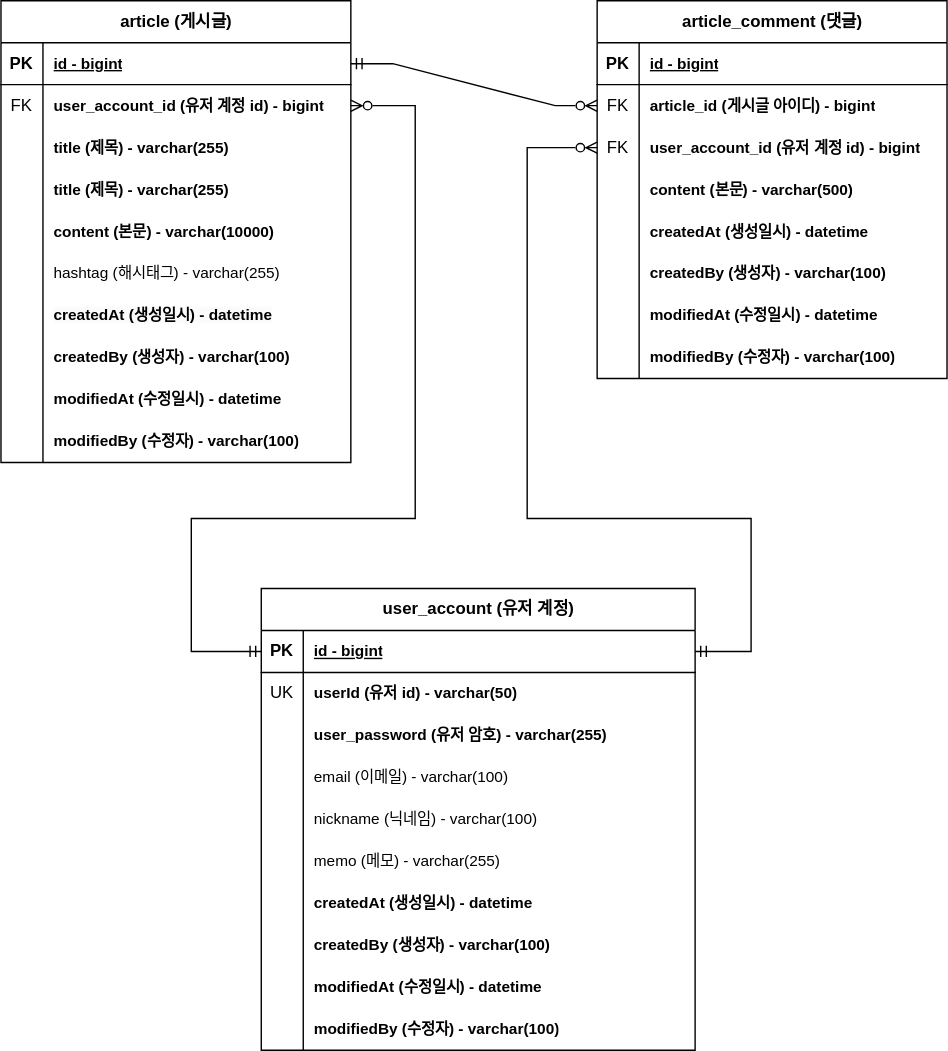
The draw.io diagram document/board-project-erd.svg in somang-lim/board-project, before a commit. Source tidied: cells renumbered, new cells last; positions are measured from the earlier drawing's top-left corner, leaving out a move shared by most shapes.
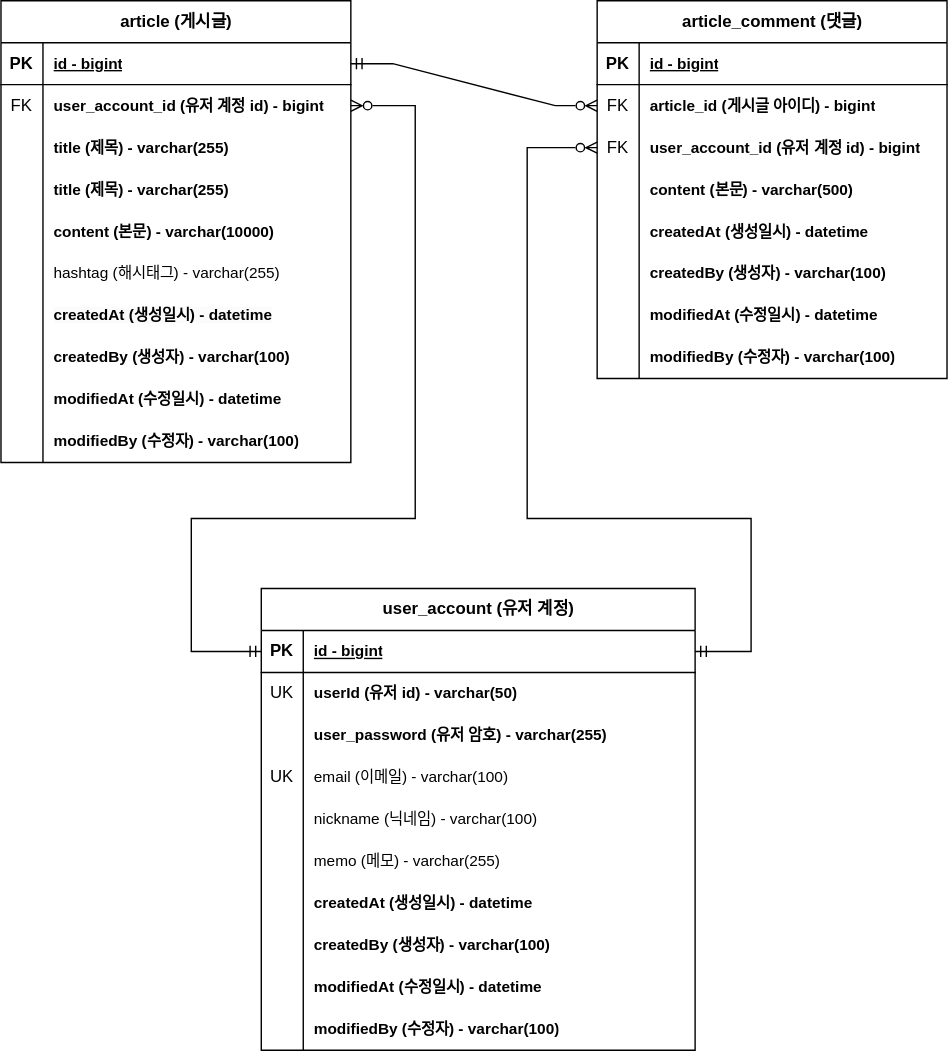
Above is the later version.

Commit message:
#30 - ERD 업데이트 : 회원 계정 도메인의 이메일에 유니크 키 추가

What changed in the source:
```diff
@@ -206,7 +206,7 @@
     <mxCell id="69" style="shape=tableRow;horizontal=0;startSize=0;swimlaneHead=0;swimlaneBody=0;fillColor=none;top=0;left=0;right=0;bottom=0;" parent="59" vertex="1">
       <mxGeometry y="120" width="310" height="30" as="geometry" />
     </mxCell>
-    <mxCell id="70" style="shape=partialRectangle;fillColor=none;top=0;left=0;bottom=0;right=0;overflow=hidden;whiteSpace=wrap;html=1;" parent="69" vertex="1">
+    <mxCell id="70" value="UK" style="shape=partialRectangle;fillColor=none;top=0;left=0;bottom=0;right=0;overflow=hidden;whiteSpace=wrap;html=1;" parent="69" vertex="1">
       <mxGeometry width="30" height="30" as="geometry" />
     </mxCell>
     <mxCell id="71" value="email (이메일) - varchar(100)" style="shape=partialRectangle;fillColor=none;top=0;left=0;bottom=0;right=0;align=left;spacingLeft=6;overflow=hidden;whiteSpace=wrap;html=1;fontSize=11;" parent="69" vertex="1">
```
